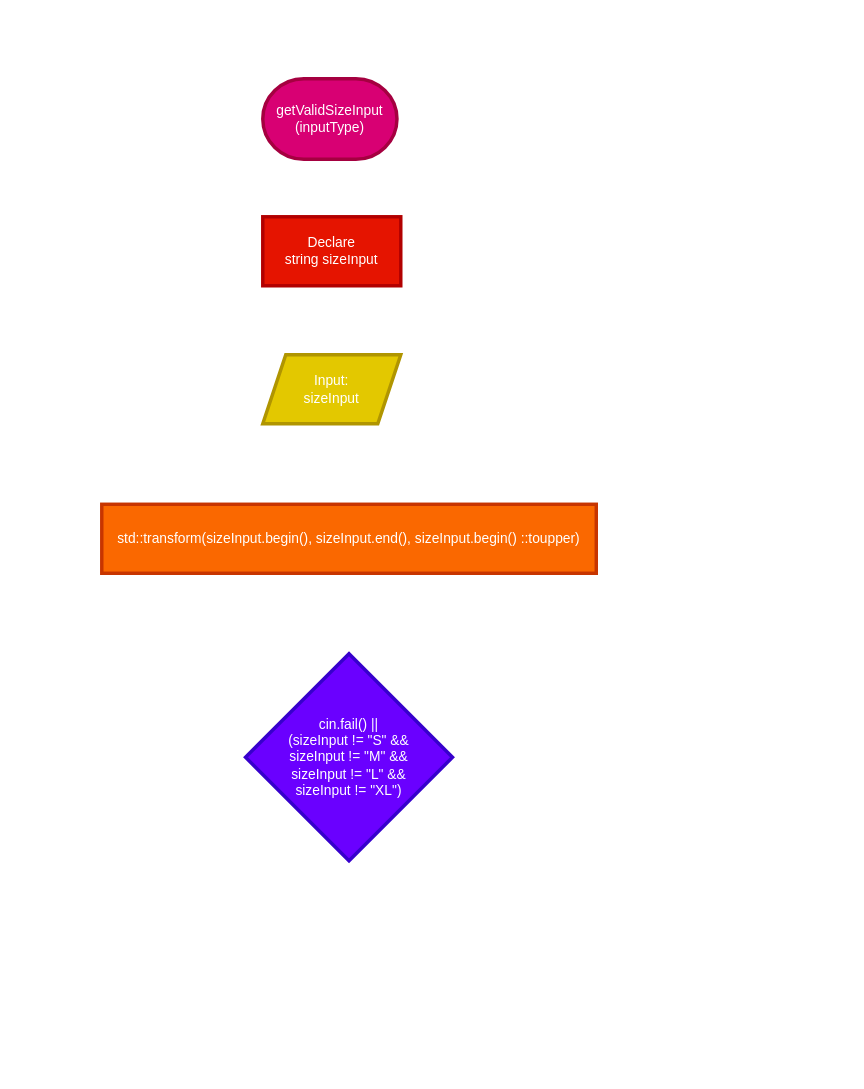
Earlier version of the draw.io diagram Flowcharts (draw.io)/16. getValidSizeInput.drawio (shahxvi/csc126-group-project). Source tidied: cells renumbered, new cells numbered last; positions are measured from the earlier drawing's top-left corner, leaving out a move shared by most shapes. Both pictures are drawn from the tidied source at 115%, with x=0, y=0 at pixel (101, 78).
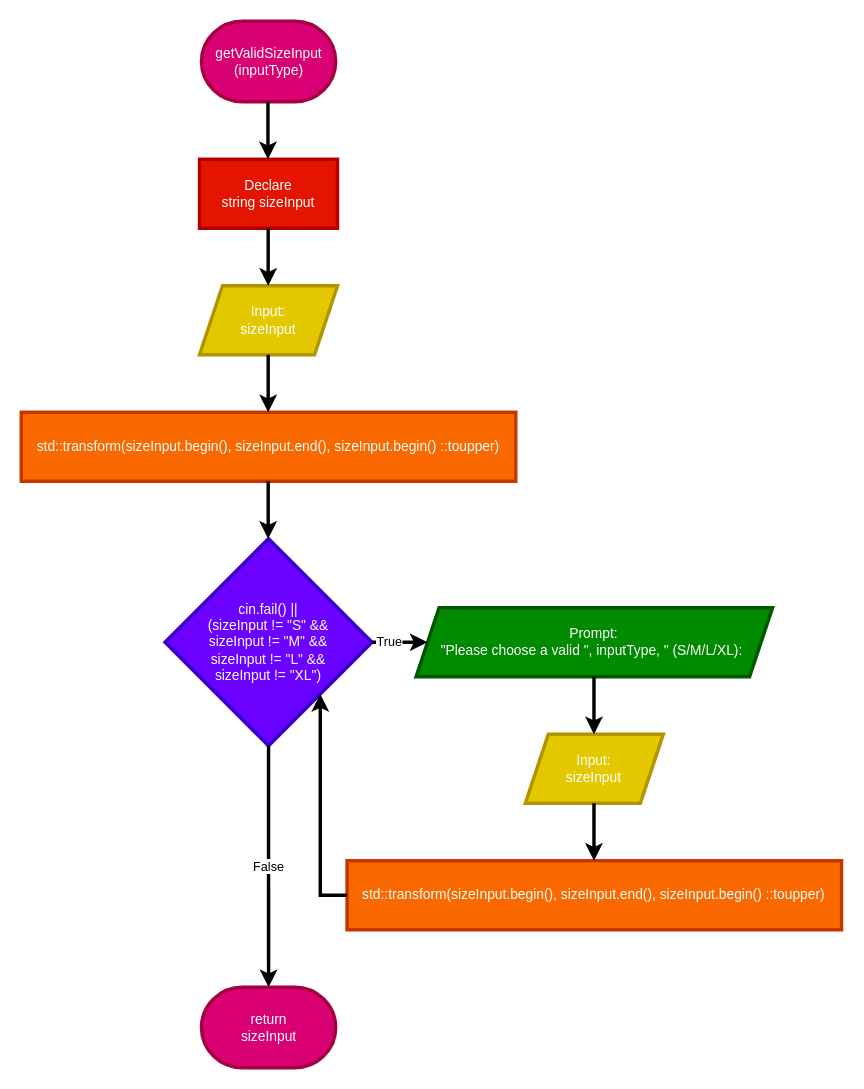
The same page after the edit.

Commit message:
Update getValidSizeInput Flowchart

What changed in the source:
```diff
@@
     <mxCell id="2" value="getValidSizeInput&lt;br&gt;(inputType)" style="strokeWidth=3;html=1;shape=mxgraph.flowchart.terminator;whiteSpace=wrap;fillColor=#d80073;fontColor=#ffffff;strokeColor=#A50040;" parent="1" vertex="1">
-      <mxGeometry x="140" width="116.7" height="70" as="geometry" />
+      <mxGeometry x="86.7" y="-50" width="116.7" height="70" as="geometry" />
     </mxCell>
     <mxCell id="3" value="Declare&lt;br&gt;string sizeInput" style="whiteSpace=wrap;html=1;fillColor=#e51400;fontColor=#ffffff;strokeColor=#B20000;strokeWidth=3;" parent="1" vertex="1">
-      <mxGeometry x="140" y="120" width="120" height="60" as="geometry" />
+      <mxGeometry x="85" y="70" width="120" height="60" as="geometry" />
     </mxCell>
     <mxCell id="4" value="&lt;font style=&quot;color: rgb(255, 255, 255);&quot;&gt;Input:&lt;/font&gt;&lt;div&gt;&lt;font style=&quot;color: rgb(255, 255, 255);&quot;&gt;sizeInput&lt;/font&gt;&lt;/div&gt;" style="shape=parallelogram;perimeter=parallelogramPerimeter;whiteSpace=wrap;html=1;fixedSize=1;fillColor=#e3c800;fontColor=#FFFFFF;strokeColor=#B09500;strokeWidth=3;" parent="1" vertex="1">
-      <mxGeometry x="140" y="240" width="120" height="60" as="geometry" />
+      <mxGeometry x="85" y="180" width="120" height="60" as="geometry" />
     </mxCell>
     <mxCell id="5" value="std::transform(sizeInput.begin(), sizeInput.end(), sizeInput.begin() ::toupper)" style="whiteSpace=wrap;html=1;fillColor=#fa6800;fontColor=#FFFFFF;strokeColor=#C73500;strokeWidth=3;" parent="1" vertex="1">
-      <mxGeometry y="370" width="430" height="60" as="geometry" />
+      <mxGeometry x="-70" y="290" width="430" height="60" as="geometry" />
     </mxCell>
     <mxCell id="6" value="cin.fail() ||&lt;br&gt;(sizeInput != &quot;S&quot; &amp;amp;&amp;amp;&lt;br&gt;sizeInput != &quot;M&quot; &amp;amp;&amp;amp;&lt;br&gt;sizeInput != &quot;L&quot; &amp;amp;&amp;amp;&lt;br&gt;sizeInput != &quot;XL&quot;)" style="rhombus;whiteSpace=wrap;html=1;fillColor=#6a00ff;fontColor=#ffffff;strokeColor=#3700CC;strokeWidth=3;" parent="1" vertex="1">
-      <mxGeometry x="125" y="500" width="180" height="180" as="geometry" />
+      <mxGeometry x="55" y="400" width="180" height="180" as="geometry" />
     </mxCell>
+    <mxCell id="7" value="Prompt:&lt;br&gt;&quot;Please choose a valid &quot;, inputType, &quot; (S/M/L/XL):&amp;nbsp;" style="shape=parallelogram;perimeter=parallelogramPerimeter;whiteSpace=wrap;html=1;fixedSize=1;fillColor=#008a00;fontColor=#ffffff;strokeColor=#005700;strokeWidth=3;" parent="1" vertex="1">
+      <mxGeometry x="273.3" y="460" width="310" height="60" as="geometry" />
+    </mxCell>
+    <mxCell id="8" value="&lt;font style=&quot;color: rgb(255, 255, 255);&quot;&gt;Input:&lt;br&gt;sizeInput&lt;/font&gt;" style="shape=parallelogram;perimeter=parallelogramPerimeter;whiteSpace=wrap;html=1;fixedSize=1;fillColor=#e3c800;fontColor=#000000;strokeColor=#B09500;strokeWidth=3;" parent="1" vertex="1">
+      <mxGeometry x="368.3" y="570" width="120" height="60" as="geometry" />
+    </mxCell>
+    <mxCell id="9" value="std::transform(sizeInput.begin(), sizeInput.end(), sizeInput.begin() ::toupper)" style="whiteSpace=wrap;html=1;fillColor=#fa6800;fontColor=#FFFFFF;strokeColor=#C73500;strokeWidth=3;" parent="1" vertex="1">
+      <mxGeometry x="213.3" y="680" width="430" height="60" as="geometry" />
+    </mxCell>
+    <mxCell id="10" value="return&lt;br&gt;sizeInput" style="strokeWidth=3;html=1;shape=mxgraph.flowchart.terminator;whiteSpace=wrap;fillColor=#d80073;fontColor=#ffffff;strokeColor=#A50040;" parent="1" vertex="1">
+      <mxGeometry x="86.7" y="790" width="116.7" height="70" as="geometry" />
+    </mxCell>
+    <mxCell id="11" style="edgeStyle=none;orthogonalLoop=1;jettySize=auto;html=1;strokeWidth=3;" parent="1" edge="1">
+      <mxGeometry relative="1" as="geometry">
+        <mxPoint x="144.5" y="20" as="sourcePoint" />
+        <mxPoint x="144.5" y="70" as="targetPoint" />
+      </mxGeometry>
+    </mxCell>
+    <mxCell id="12" style="edgeStyle=none;orthogonalLoop=1;jettySize=auto;html=1;strokeWidth=3;" parent="1" edge="1">
+      <mxGeometry relative="1" as="geometry">
+        <mxPoint x="144.7" y="130" as="sourcePoint" />
+        <mxPoint x="144.7" y="180" as="targetPoint" />
+      </mxGeometry>
+    </mxCell>
+    <mxCell id="13" style="edgeStyle=none;orthogonalLoop=1;jettySize=auto;html=1;strokeWidth=3;" parent="1" edge="1">
+      <mxGeometry relative="1" as="geometry">
+        <mxPoint x="144.7" y="240" as="sourcePoint" />
+        <mxPoint x="144.7" y="290" as="targetPoint" />
+      </mxGeometry>
+    </mxCell>
+    <mxCell id="14" style="edgeStyle=none;orthogonalLoop=1;jettySize=auto;html=1;strokeWidth=3;" parent="1" edge="1">
+      <mxGeometry relative="1" as="geometry">
+        <mxPoint x="144.7" y="350" as="sourcePoint" />
+        <mxPoint x="144.7" y="400" as="targetPoint" />
+      </mxGeometry>
+    </mxCell>
+    <mxCell id="15" style="edgeStyle=none;orthogonalLoop=1;jettySize=auto;html=1;strokeWidth=3;" parent="1" edge="1">
+      <mxGeometry relative="1" as="geometry">
+        <mxPoint x="428" y="520" as="sourcePoint" />
+        <mxPoint x="428" y="570" as="targetPoint" />
+      </mxGeometry>
+    </mxCell>
+    <mxCell id="16" style="edgeStyle=none;orthogonalLoop=1;jettySize=auto;html=1;strokeWidth=3;" parent="1" edge="1">
+      <mxGeometry relative="1" as="geometry">
+        <mxPoint x="428" y="630" as="sourcePoint" />
+        <mxPoint x="428" y="680" as="targetPoint" />
+      </mxGeometry>
+    </mxCell>
+    <mxCell id="17" style="edgeStyle=none;jettySize=auto;html=1;strokeWidth=3;entryX=1;entryY=1;entryDx=0;entryDy=0;exitX=0;exitY=0.5;exitDx=0;exitDy=0;rounded=0;curved=0;" parent="1" edge="1" source="9" target="6">
+      <mxGeometry relative="1" as="geometry">
+        <Array as="points">
+          <mxPoint x="190" y="710" />
+        </Array>
+      </mxGeometry>
+    </mxCell>
+    <mxCell id="18" value="True" style="edgeStyle=none;jettySize=auto;html=1;strokeWidth=3;exitX=1;exitY=0.5;exitDx=0;exitDy=0;entryX=0;entryY=0.5;entryDx=0;entryDy=0;" parent="1" edge="1" source="6" target="7">
+      <mxGeometry x="-0.38" relative="1" as="geometry" />
+    </mxCell>
+    <mxCell id="19" value="False" style="edgeStyle=none;jettySize=auto;html=1;exitX=0.5;exitY=1;exitDx=0;exitDy=0;entryX=0.5;entryY=0;entryDx=0;entryDy=0;entryPerimeter=0;strokeWidth=3;" parent="1" edge="1" source="6" target="10">
+      <mxGeometry relative="1" as="geometry" />
+    </mxCell>
```
